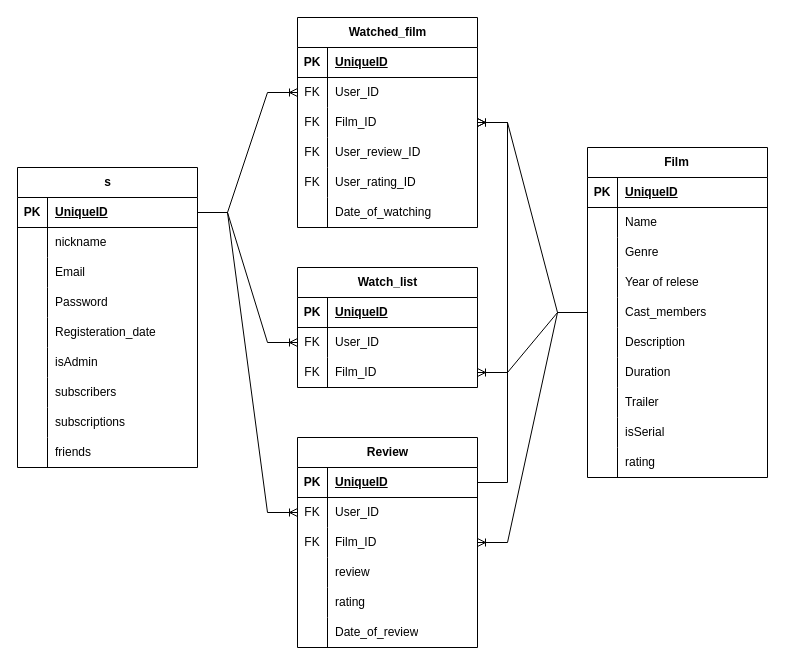
The draw.io diagram ДиаграммаСущностейКИНО.drawio in veapach/MovieHub, before the edit. Source tidied: cells renumbered, new cells numbered last; positions are measured from the earlier drawing's top-left corner, leaving out a move shared by most shapes. Both pictures are drawn from the tidied source at 100%, with x=0, y=0 at pixel (17, -73).
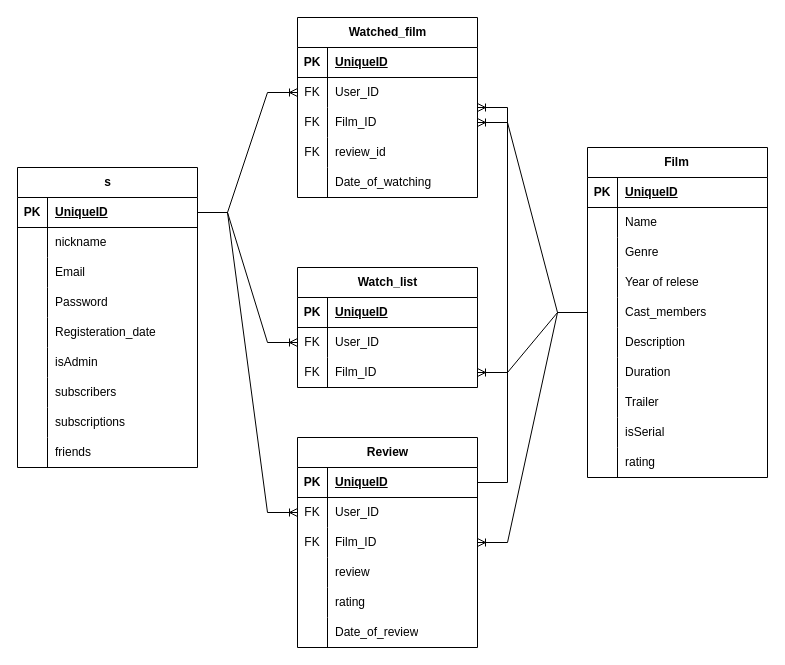
The same page after the edit.

Commit message:
updated entity relation

Unchanged cells that the change refers to:
```xml
<mxCell id="40" style="shape=tableRow;horizontal=0;startSize=0;swimlaneHead=0;swimlaneBody=0;fillColor=none;top=0;left=0;right=0;bottom=0;" parent="30" vertex="1">
  <mxGeometry y="120" width="180" height="30" as="geometry" />
</mxCell>
```

What changed in the source:
```diff
@@
     <mxCell id="30" value="Watched_film" style="shape=table;startSize=30;childLayout=tableLayout;rowLines=0;fontStyle=1;align=center;html=1;" parent="1" vertex="1">
-      <mxGeometry x="280" y="90" width="180" height="210" as="geometry" />
+      <mxGeometry x="280" y="90" width="180" height="180" as="geometry" />
     </mxCell>
@@
-    <mxCell id="42" value="User_review_ID" style="shape=partialRectangle;fillColor=none;top=0;left=0;bottom=0;right=0;align=left;spacingLeft=6;overflow=hidden;whiteSpace=wrap;html=1;" parent="40" vertex="1">
+    <mxCell id="42" value="review_id" style="shape=partialRectangle;fillColor=none;top=0;left=0;bottom=0;right=0;align=left;spacingLeft=6;overflow=hidden;whiteSpace=wrap;html=1;" parent="40" vertex="1">
       <mxGeometry x="30" width="150" height="30" as="geometry" />
     </mxCell>
-    <mxCell id="43" style="shape=tableRow;horizontal=0;startSize=0;swimlaneHead=0;swimlaneBody=0;fillColor=none;top=0;left=0;right=0;bottom=0;" parent="30" vertex="1">
-      <mxGeometry y="150" width="180" height="30" as="geometry" />
-    </mxCell>
-    <mxCell id="44" value="FK" style="shape=partialRectangle;fillColor=none;top=0;left=0;bottom=0;right=0;overflow=hidden;whiteSpace=wrap;html=1;" parent="43" vertex="1">
-      <mxGeometry width="30" height="30" as="geometry" />
-    </mxCell>
-    <mxCell id="45" value="User_rating_ID" style="shape=partialRectangle;fillColor=none;top=0;left=0;bottom=0;right=0;align=left;spacingLeft=6;overflow=hidden;whiteSpace=wrap;html=1;" parent="43" vertex="1">
-      <mxGeometry x="30" width="150" height="30" as="geometry" />
-    </mxCell>
     <mxCell id="46" style="shape=tableRow;horizontal=0;startSize=0;swimlaneHead=0;swimlaneBody=0;fillColor=none;top=0;left=0;right=0;bottom=0;" parent="30" vertex="1">
-      <mxGeometry y="180" width="180" height="30" as="geometry" />
+      <mxGeometry y="150" width="180" height="30" as="geometry" />
     </mxCell>
```
